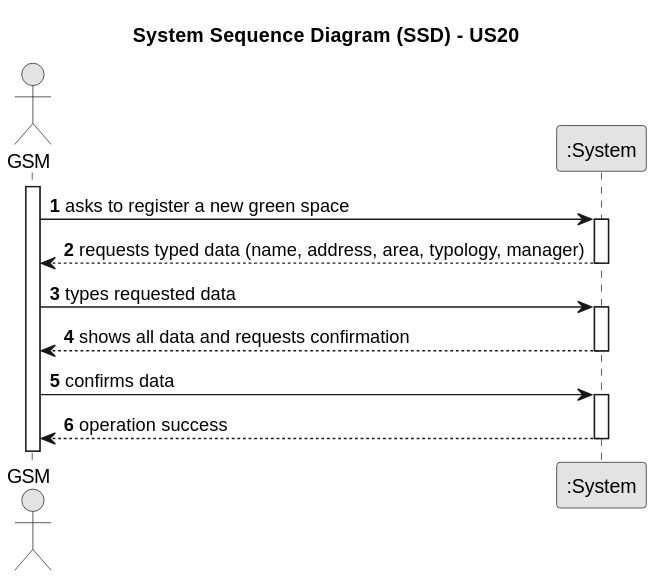
This is docs/sprintC/US020/01.requirements-engineering/svg/us20-system-sequence-diagram.svg from LopemigueISEP/lei-24-s2-1nb-g312, a PlantUML export, as it was before one commit.
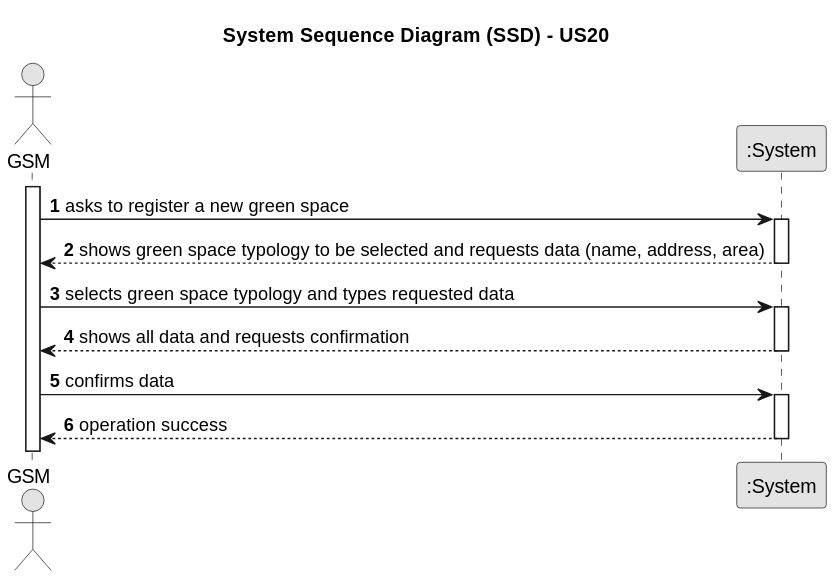
Above is the later version.

The edit, as a diff of the source:
```diff
@@ -15,10 +15,10 @@
     GSM -> System : asks to register a new green space
     activate System
 
-        System --> GSM : requests typed data (name, address, area, typology, manager)
+        System --> GSM : shows green space typology to be selected and requests data (name, address, area)
     deactivate System
 
-    GSM -> System : types requested data
+    GSM -> System : selects green space typology and types requested data
     activate System
 
 
```
